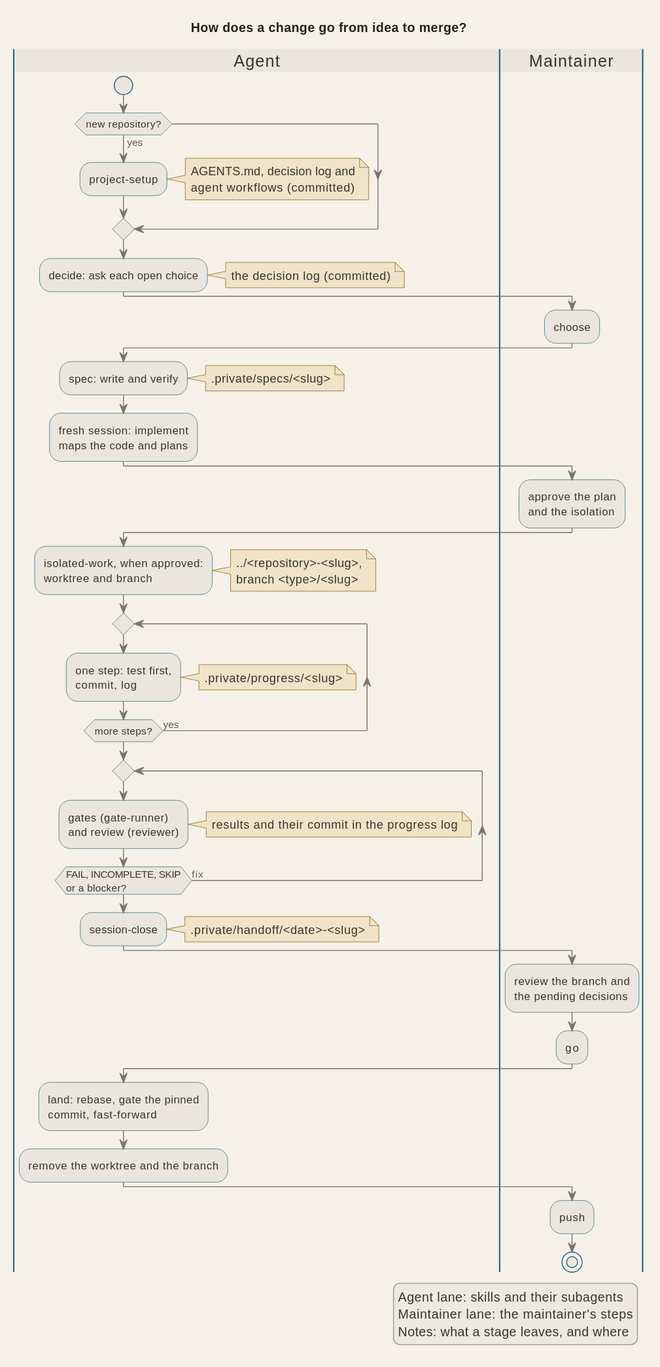
signorenne/dotagents keeps this PlantUML diagram as docs/diagrams/pipeline_stages.svg. Above is the earlier version. The source it was exported from:
```plantuml
@startuml
!include palette.iuml
title How does a change go from idea to merge?

|Agent|
start
if (new repository?) then (yes)
  :project-setup;
  note right
    AGENTS.md, decision log and
    agent workflows (committed)
  end note
endif
:decide: ask each open choice;
note right : the decision log (committed)
|Maintainer|
:choose;
|Agent|
:spec: write and verify;
note right : .private/specs/<slug>
:fresh session: implement
maps the code and plans;
|Maintainer|
:approve the plan
and the isolation;
|Agent|
:isolated-work, when approved:
worktree and branch;
note right
  ../<repository>-<slug>,
  branch <type>/<slug>
end note
repeat
  :one step: test first,
  commit, log;
  note right : .private/progress/<slug>
repeat while (more steps?) is (yes)
repeat
  :gates (gate-runner)
  and review (reviewer);
  note right : results and their commit in the progress log
repeat while (FAIL, INCOMPLETE, SKIP\nor a blocker?) is (fix)
:session-close;
note right : .private/handoff/<date>-<slug>
|Maintainer|
:review the branch and
the pending decisions;
:go;
|Agent|
:land: rebase, gate the pinned
commit, fast-forward;
:remove the worktree and the branch;
|Maintainer|
:push;
stop

legend right
  Agent lane: skills and their subagents
  Maintainer lane: the maintainer's steps
  Notes: what a stage leaves, and where
endlegend
@enduml
```
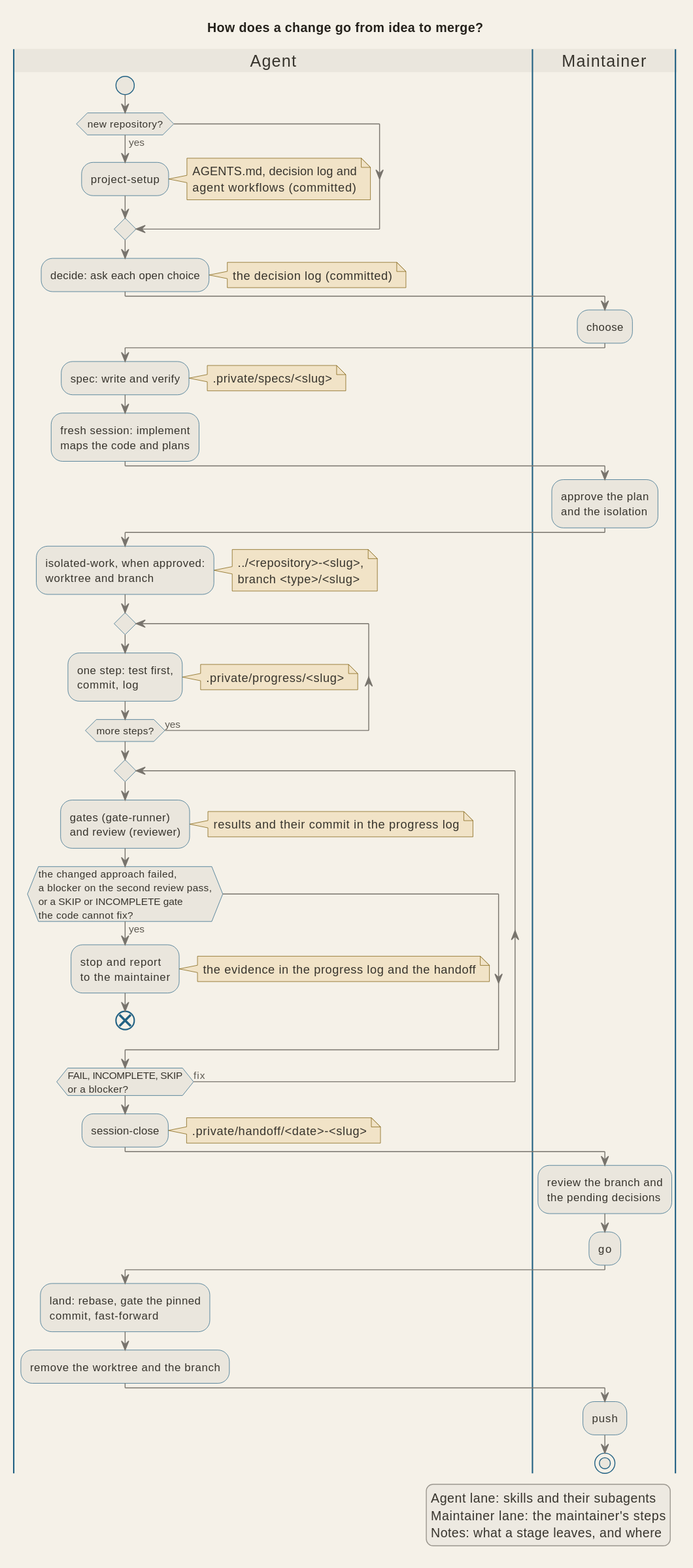
Later version of the same file.

Commit message:
docs(pipeline): give the fix loop its exit to stop and report

The edit, as a diff of the source:
```diff
@@ -39,6 +39,12 @@
   :gates (gate-runner)
   and review (reviewer);
   note right : results and their commit in the progress log
+  if (the changed approach failed,\na blocker on the second review pass,\nor a SKIP or INCOMPLETE gate\nthe code cannot fix?) then (yes)
+    :stop and report
+    to the maintainer;
+    note right : the evidence in the progress log and the handoff
+    end
+  endif
 repeat while (FAIL, INCOMPLETE, SKIP\nor a blocker?) is (fix)
 :session-close;
 note right : .private/handoff/<date>-<slug>
```
